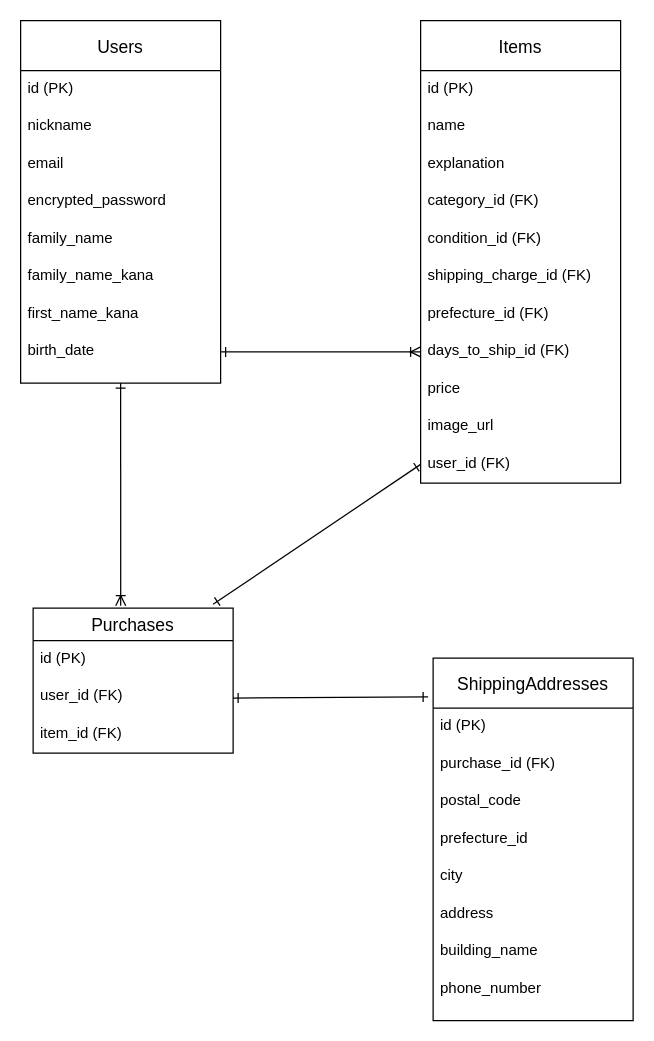
Above: test.dio in harupiandmiho/furima-39994 (draw.io), before the change. Source tidied: cells renumbered, new cells numbered last; positions are measured from the earlier drawing's top-left corner, leaving out a move shared by most shapes. Both pictures are drawn from the tidied source at 125%, with x=0, y=0 at pixel (20, 20).
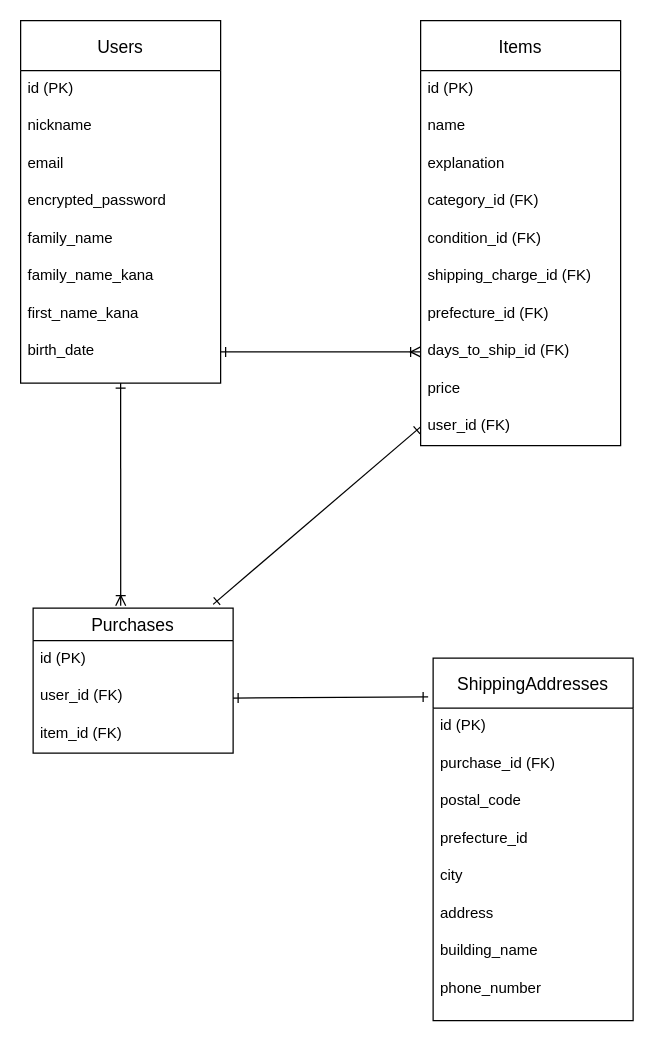
After the change.

Diff of the diagram source:
```diff
@@
-<mxGraphModel>
+<mxGraphModel background="#FFFFFF">
@@
     <mxCell id="12" value="Items" style="swimlane;fontStyle=0;horizontal=1;startSize=40;align=center;fontSize=14;" parent="1" vertex="1">
-      <mxGeometry x="320" width="160" height="370" as="geometry" />
+      <mxGeometry x="320" width="160" height="340" as="geometry" />
     </mxCell>
@@
-    <mxCell id="22" value="image_url" style="text;strokeColor=none;fillColor=none;spacingLeft=4;spacingRight=4;overflow=hidden;fontSize=12;" parent="12" vertex="1">
-      <mxGeometry y="310" width="160" height="30" as="geometry" />
-    </mxCell>
     <mxCell id="23" value="user_id (FK)" style="text;strokeColor=none;fillColor=none;spacingLeft=4;spacingRight=4;overflow=hidden;points=[[0,0.5],[1,0.5]];portConstraint=eastwest;fontSize=12;" parent="12" vertex="1">
-      <mxGeometry y="340" width="160" height="30" as="geometry" />
+      <mxGeometry y="310" width="160" height="30" as="geometry" />
     </mxCell>
```
